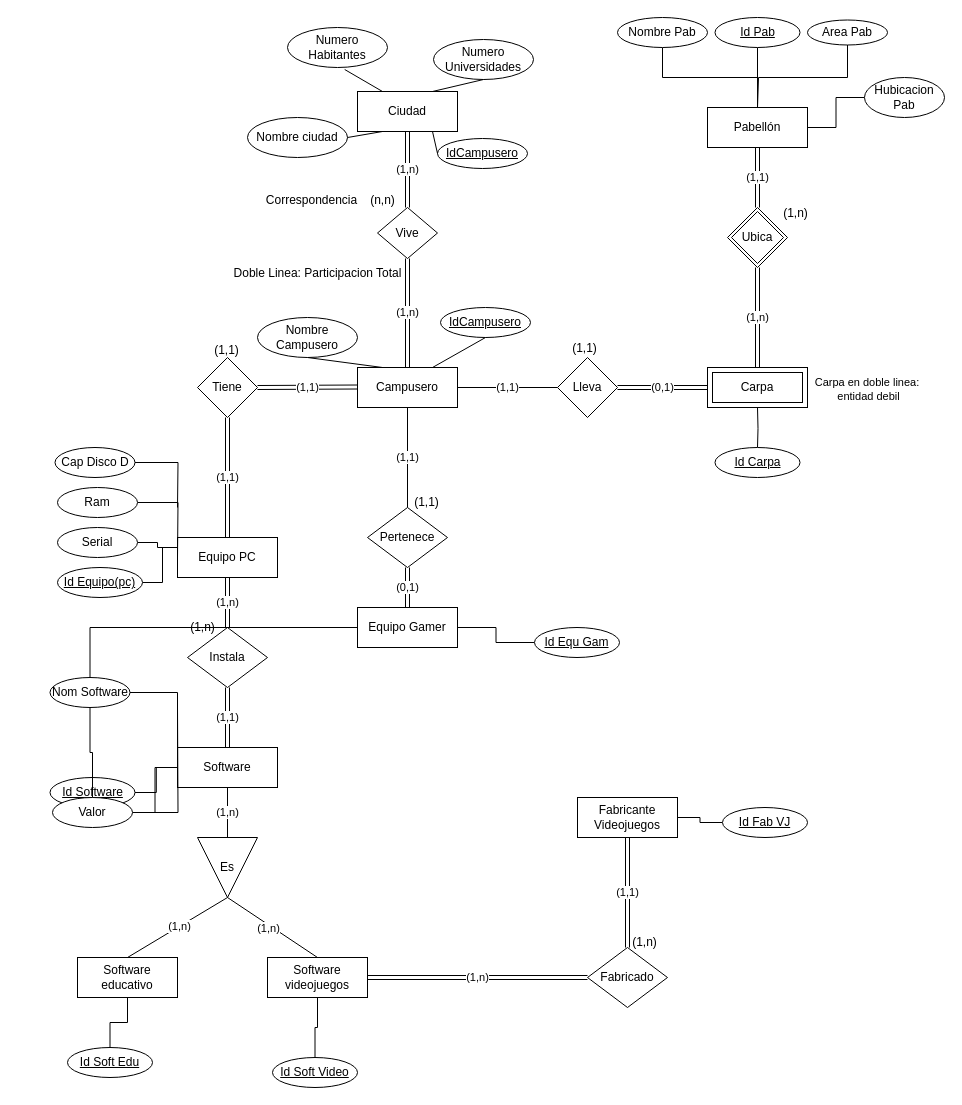
The draw.io diagram page "Página-1" (1 of 2) of Diagrama sin título.drawio in TatianaVZ5/gdatos., before the edit. Source tidied: cells renumbered, new cells numbered last; positions are measured from the earlier drawing's top-left corner, leaving out a move shared by most shapes. Both pictures are drawn from the tidied source at 100%, with x=0, y=0 at pixel (49, 17).
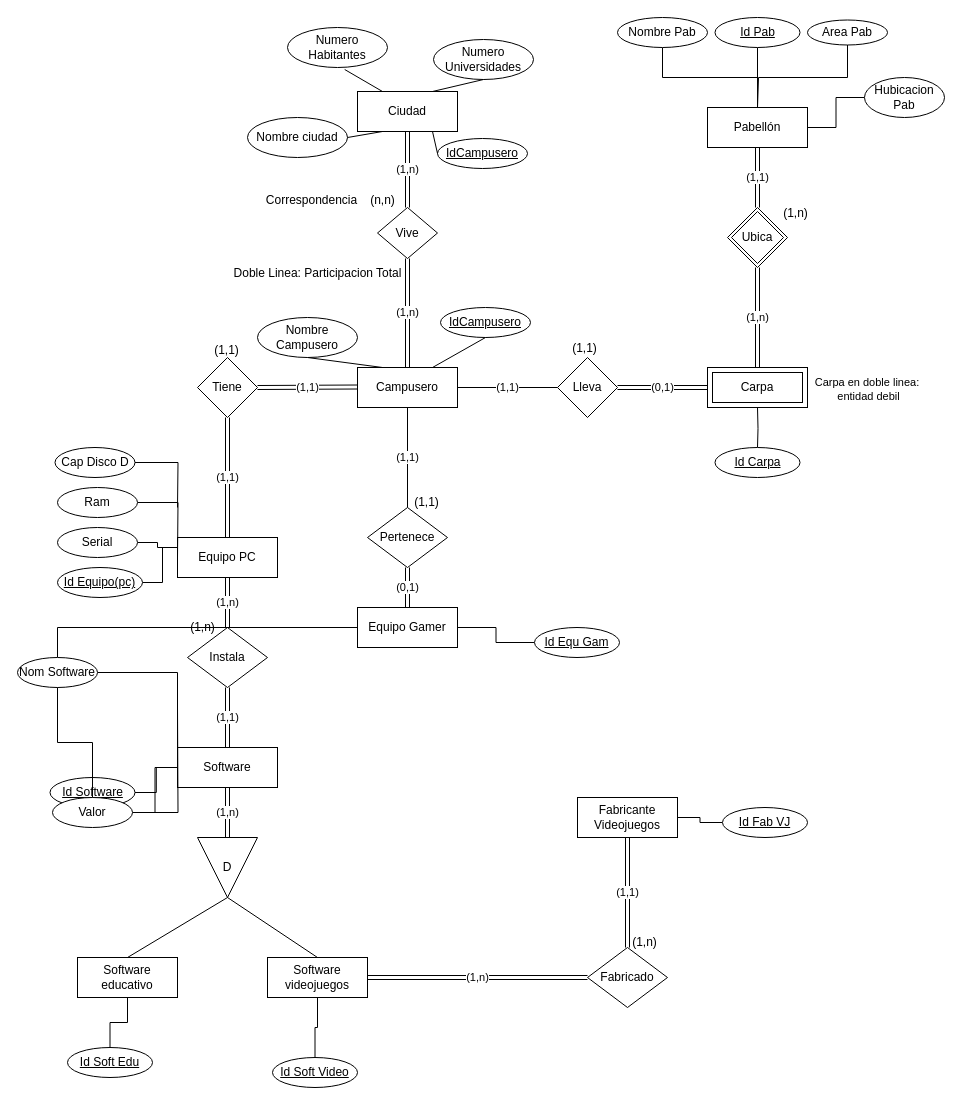
The same diagram, later.

The change refers to these unchanged cells:
```xml
<mxCell id="11" value="Software" style="whiteSpace=wrap;html=1;align=center;" parent="1" vertex="1">
  <mxGeometry x="128" y="730" width="100" height="40" as="geometry" />
</mxCell>
<mxCell id="40" style="endArrow=none;html=1;rounded=0;exitX=1;exitY=0.5;exitDx=0;exitDy=0;entryX=0.5;entryY=0;entryDx=0;entryDy=0;" parent="1" edge="1" source="38" target="12">
  <mxGeometry relative="1" as="geometry" />
</mxCell>
<mxCell id="42" style="endArrow=none;html=1;rounded=0;exitX=1;exitY=0.5;exitDx=0;exitDy=0;entryX=0.5;entryY=0;entryDx=0;entryDy=0;" parent="1" edge="1">
  <mxGeometry relative="1" as="geometry">
    <mxPoint x="178" y="880" as="sourcePoint" />
    <mxPoint x="268" y="940" as="targetPoint" />
  </mxGeometry>
</mxCell>
```

Change to the diagram source:
```diff
@@
-    <mxCell id="38" value="Es" style="triangle;whiteSpace=wrap;html=1;dashed=0;direction=south;" parent="1" vertex="1">
+    <mxCell id="38" value="D" style="triangle;whiteSpace=wrap;html=1;dashed=0;direction=south;" parent="1" vertex="1">
       <mxGeometry x="148" y="820" width="60" height="60" as="geometry" />
     </mxCell>
-    <mxCell id="39" value="(1,n)" style="endArrow=none;html=1;rounded=0;exitX=0.5;exitY=1;exitDx=0;exitDy=0;entryX=0;entryY=0.5;entryDx=0;entryDy=0;" parent="1" edge="1" source="11" target="38">
+    <mxCell id="39" value="(1,n)" style="endArrow=none;html=1;rounded=0;exitX=0.5;exitY=1;exitDx=0;exitDy=0;entryX=0;entryY=0.5;entryDx=0;entryDy=0;shape=link;" parent="1" edge="1" source="11" target="38">
       <mxGeometry relative="1" as="geometry" />
     </mxCell>
@@
-    <mxCell id="41" value="(1,n)" style="edgeLabel;html=1;align=center;verticalAlign=middle;" parent="40" vertex="1">
-      <mxGeometry x="-0.04" relative="1" as="geometry" />
-    </mxCell>
@@
-    <mxCell id="43" value="(1,n)" style="edgeLabel;html=1;align=center;verticalAlign=middle;" parent="42" vertex="1">
-      <mxGeometry x="-0.06" y="-3" relative="1" as="geometry" />
-    </mxCell>
@@
     <mxCell id="83" value="Nom Software" style="ellipse;whiteSpace=wrap;html=1;align=center;" parent="1" vertex="1">
-      <mxGeometry x="0.5" y="660" width="80" height="30" as="geometry" />
+      <mxGeometry x="-32" y="640" width="80" height="30" as="geometry" />
     </mxCell>
```
